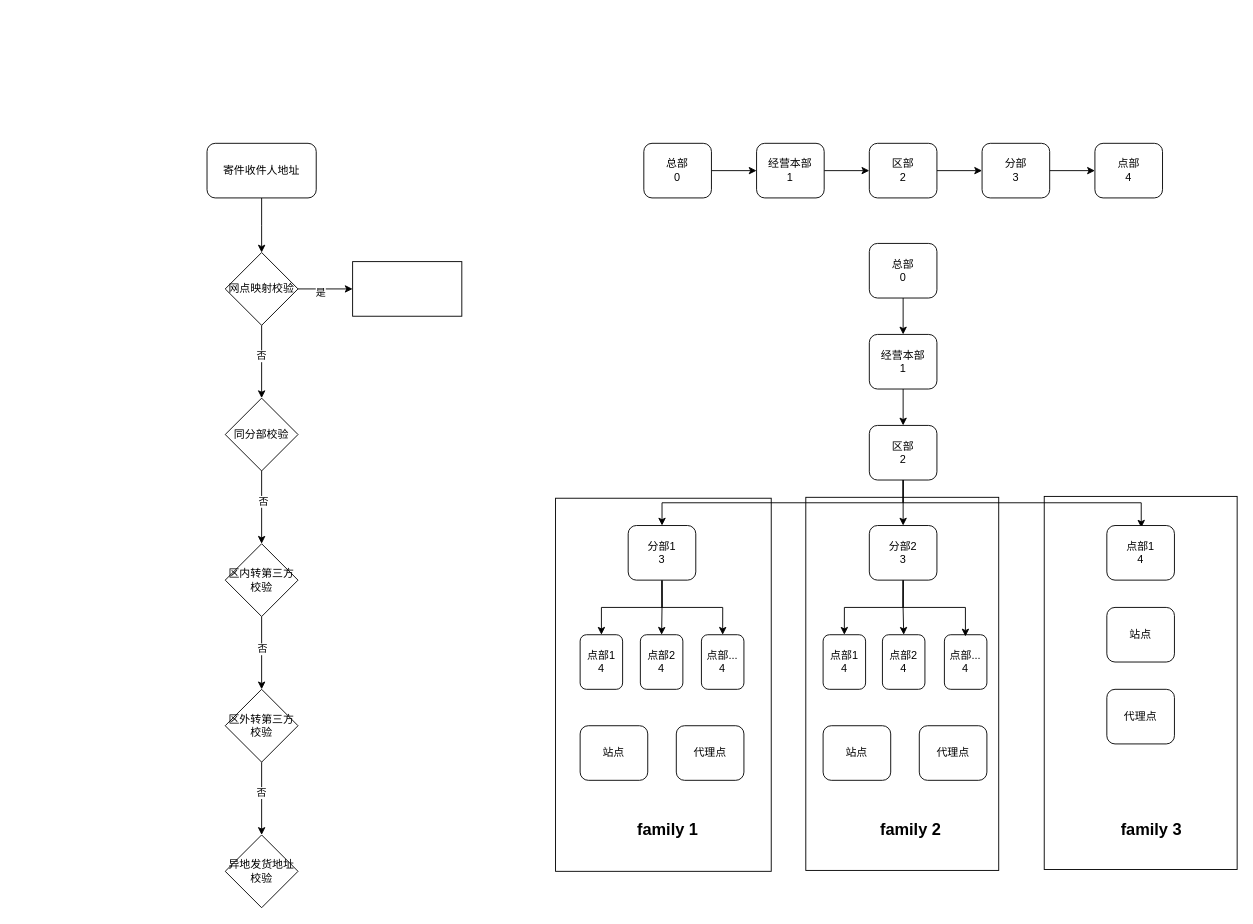
shxian/drawio keeps this draw.io diagram as page "网点校验" (6 of 13) of Untitled Diagram.drawio. Above is the earlier version. Source tidied: cells renumbered, new cells numbered last; positions are measured from the earlier drawing's top-left corner, leaving out a move shared by most shapes. Both pictures are drawn from the tidied source at 91%, with x=0, y=0 at pixel (207, 143).
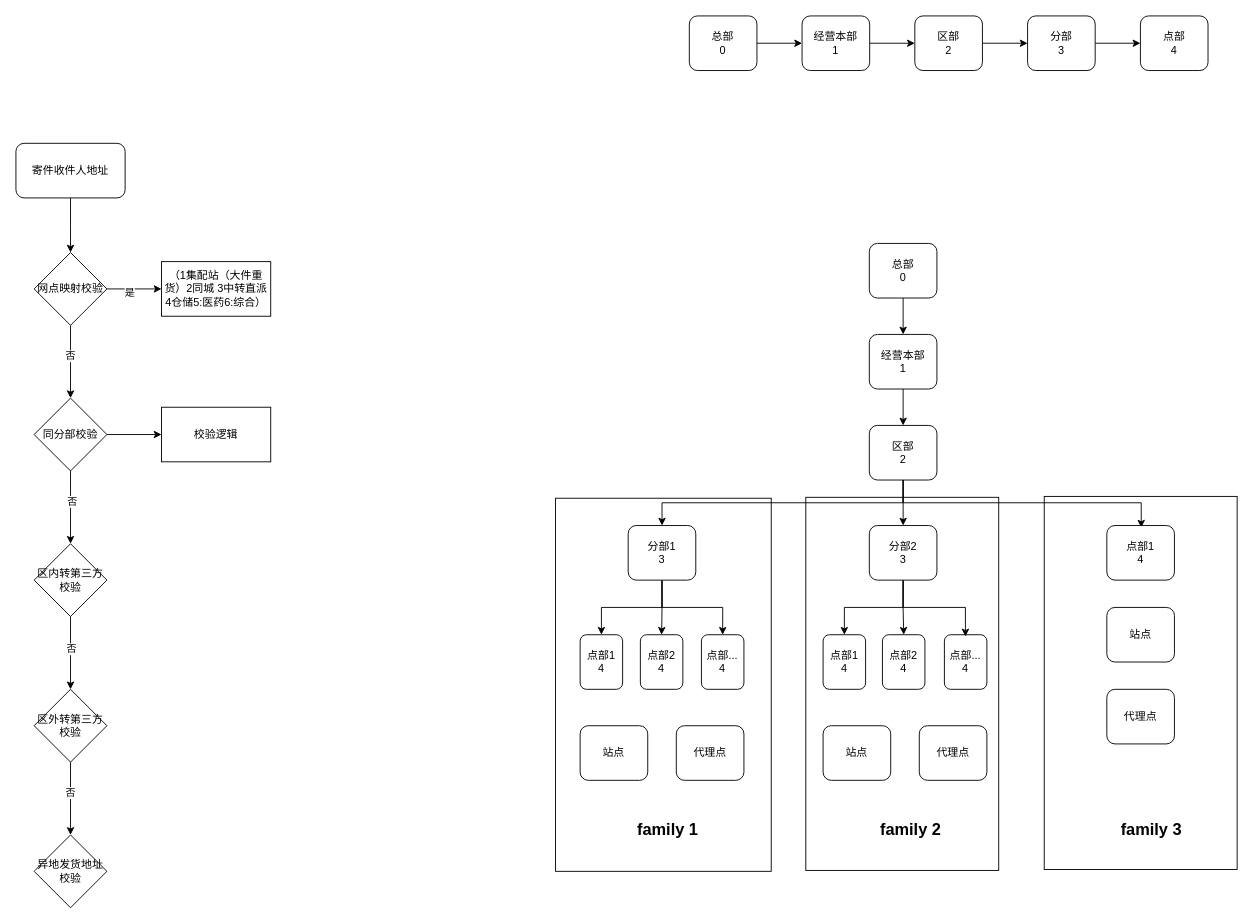
The same page after the edit.

What changed in the source:
```diff
@@
     <mxCell id="10" style="edgeStyle=orthogonalEdgeStyle;rounded=0;jettySize=auto;html=1;" parent="1" edge="1" source="11">
       <mxGeometry relative="1" as="geometry">
-        <mxPoint x="60" y="120" as="targetPoint" />
+        <mxPoint x="-150" y="120" as="targetPoint" />
       </mxGeometry>
     </mxCell>
     <mxCell id="11" value="寄件收件人地址" style="rounded=1;whiteSpace=wrap;html=1;" parent="1" vertex="1">
-      <mxGeometry width="120" height="60" as="geometry" />
+      <mxGeometry x="-210" width="120" height="60" as="geometry" />
     </mxCell>
@@
     <mxCell id="16" value="网点映射校验" style="rhombus;whiteSpace=wrap;html=1;" parent="1" vertex="1">
-      <mxGeometry x="20" y="120" width="80" height="80" as="geometry" />
+      <mxGeometry x="-190" y="120" width="80" height="80" as="geometry" />
     </mxCell>
@@
+    <mxCell id="67" style="edgeStyle=orthogonalEdgeStyle;rounded=0;jettySize=auto;html=1;" parent="1" edge="1" source="19" target="68">
+      <mxGeometry relative="1" as="geometry" />
+    </mxCell>
     <mxCell id="19" value="同分部校验" style="rhombus;whiteSpace=wrap;html=1;" parent="1" vertex="1">
-      <mxGeometry x="20" y="280" width="80" height="80" as="geometry" />
+      <mxGeometry x="-190" y="280" width="80" height="80" as="geometry" />
     </mxCell>
@@
     <mxCell id="22" value="区内转第三方校验" style="rhombus;whiteSpace=wrap;html=1;" parent="1" vertex="1">
-      <mxGeometry x="20" y="440" width="80" height="80" as="geometry" />
+      <mxGeometry x="-190" y="440" width="80" height="80" as="geometry" />
     </mxCell>
@@
     <mxCell id="25" value="区外转第三方校验" style="rhombus;whiteSpace=wrap;html=1;" parent="1" vertex="1">
-      <mxGeometry x="20" y="600" width="80" height="80" as="geometry" />
+      <mxGeometry x="-190" y="600" width="80" height="80" as="geometry" />
     </mxCell>
     <mxCell id="26" value="异地发货地址校验" style="rhombus;whiteSpace=wrap;html=1;" parent="1" vertex="1">
-      <mxGeometry x="20" y="760" width="80" height="80" as="geometry" />
+      <mxGeometry x="-190" y="760" width="80" height="80" as="geometry" />
     </mxCell>
     <mxCell id="27" style="group;" parent="1" vertex="1">
-      <mxGeometry x="480" width="570" height="60" as="geometry" />
+      <mxGeometry x="530" y="-140" width="570" height="60" as="geometry" />
     </mxCell>
@@
-    <mxCell id="37" style="whiteSpace=wrap;html=1;" parent="1" vertex="1">
-      <mxGeometry x="160" y="130" width="120" height="60" as="geometry" />
+    <mxCell id="37" value="（1集配站（大件重货）2同城 3中转直派 4仓储5:医药6:综合）" style="whiteSpace=wrap;html=1;" parent="1" vertex="1">
+      <mxGeometry x="-50" y="130" width="120" height="60" as="geometry" />
     </mxCell>
@@
+    <mxCell id="68" value="校验逻辑" style="whiteSpace=wrap;html=1;" parent="1" vertex="1">
+      <mxGeometry x="-50" y="290" width="120" height="60" as="geometry" />
+    </mxCell>
```
